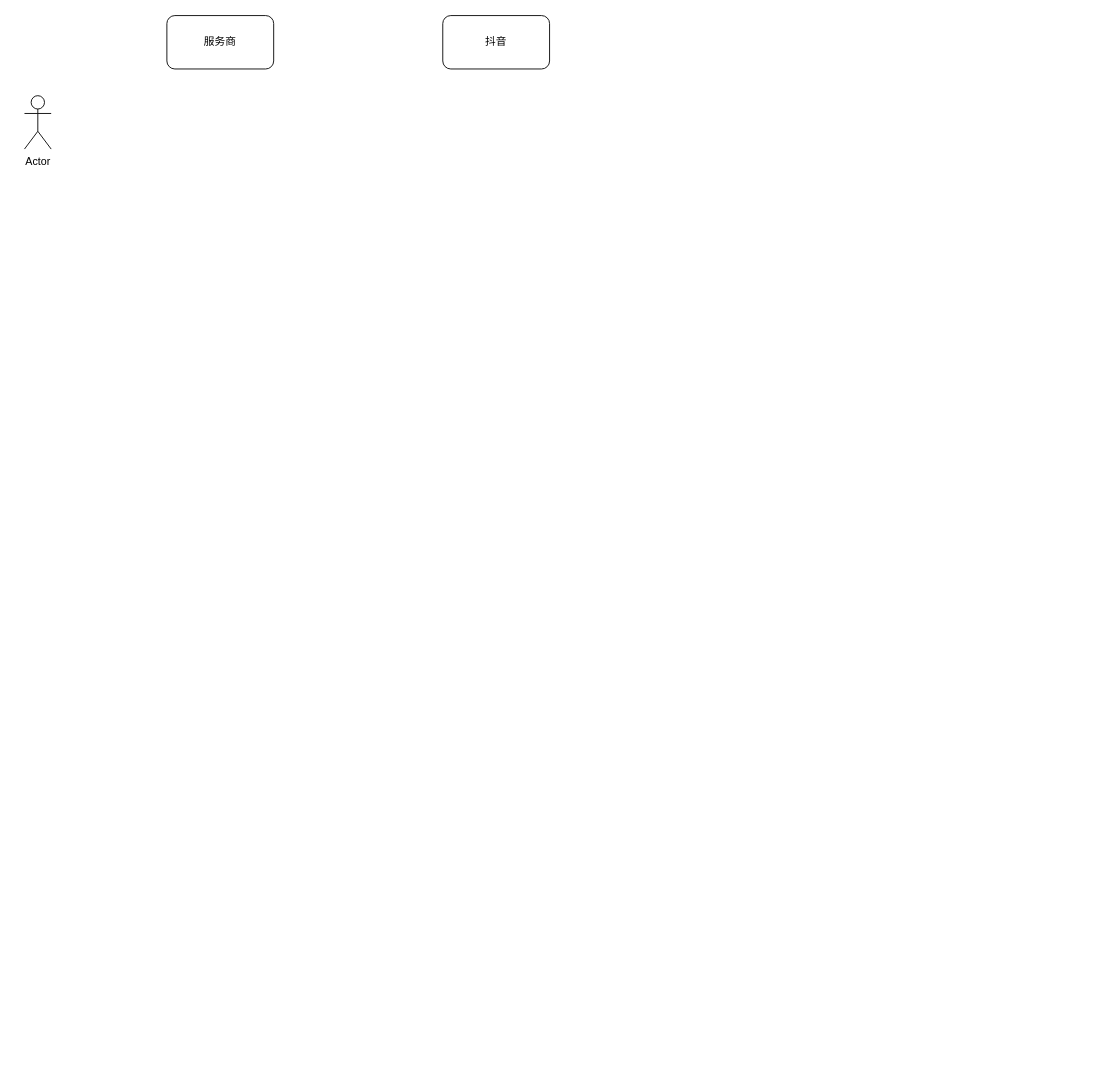
zhanghaiyang1/draw keeps this draw.io diagram as xlh/未命名绘图.drawio. Above is the earlier version. Source tidied: cells renumbered, new cells numbered last; positions are measured from the earlier drawing's top-left corner, leaving out a move shared by most shapes. Both pictures are drawn from the tidied source at 89%, with x=0, y=0 at pixel (24, 15).
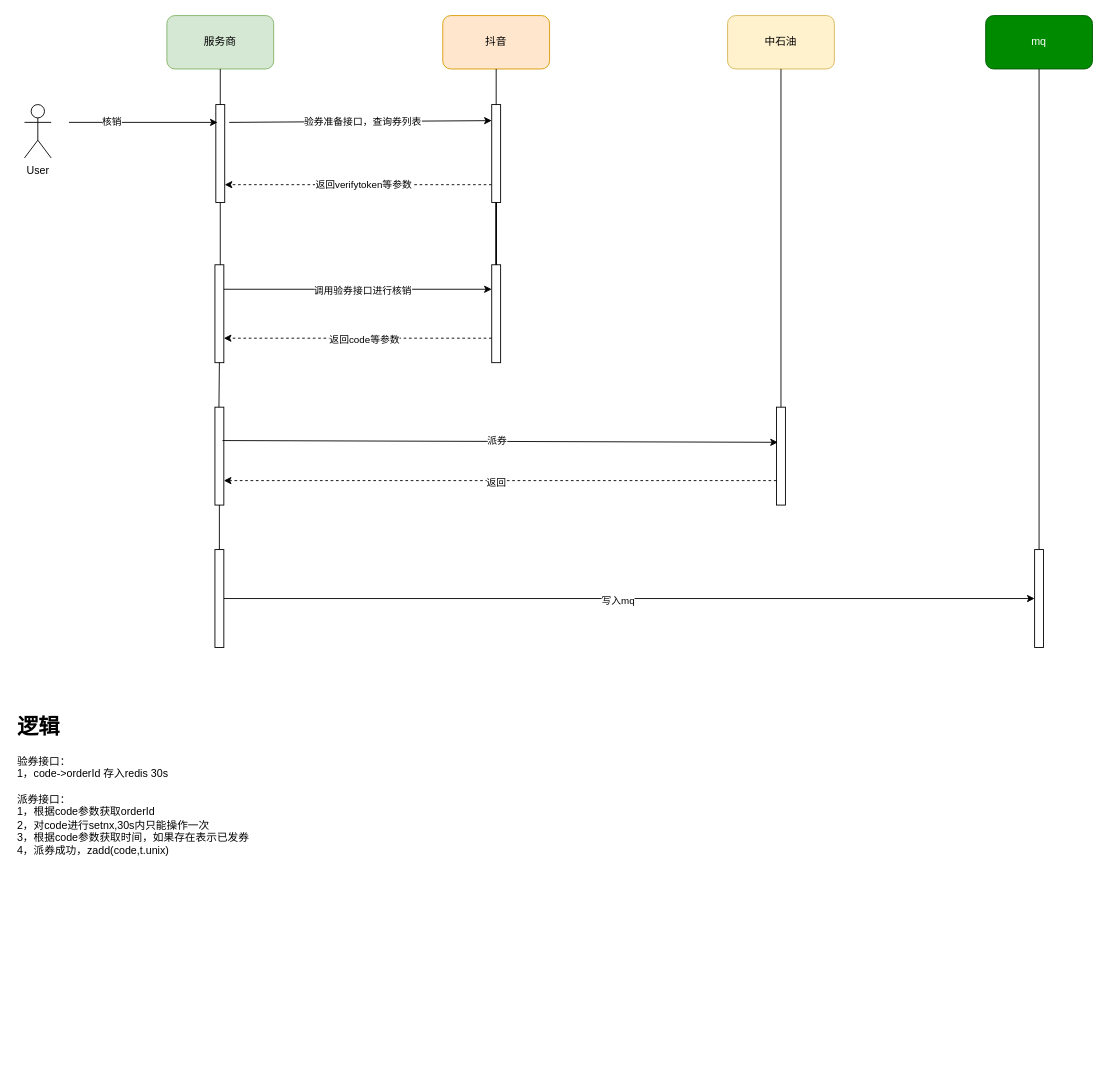
Above is the later version.

Commit message:
更新未命名绘图.drawio

What changed in the source:
```diff
@@
-    <mxCell id="2" value="服务商" style="rounded=1;whiteSpace=wrap;html=1;" parent="1" vertex="1">
+    <mxCell id="2" value="服务商" style="rounded=1;whiteSpace=wrap;html=1;fillColor=#d5e8d4;strokeColor=#82b366;" parent="1" vertex="1">
       <mxGeometry x="160" width="120" height="60" as="geometry" />
     </mxCell>
-    <mxCell id="3" value="Actor" style="shape=umlActor;verticalLabelPosition=bottom;verticalAlign=top;html=1;" parent="1" vertex="1">
-      <mxGeometry y="90" width="30" height="60" as="geometry" />
+    <mxCell id="3" value="User&lt;div&gt;&lt;br&gt;&lt;/div&gt;" style="shape=umlActor;verticalLabelPosition=bottom;verticalAlign=top;html=1;" parent="1" vertex="1">
+      <mxGeometry y="100" width="30" height="60" as="geometry" />
     </mxCell>
-    <mxCell id="4" value="抖音" style="rounded=1;whiteSpace=wrap;html=1;" parent="1" vertex="1">
+    <mxCell id="4" value="抖音" style="rounded=1;whiteSpace=wrap;html=1;fillColor=#ffe6cc;strokeColor=#d79b00;" parent="1" vertex="1">
       <mxGeometry x="470" width="120" height="60" as="geometry" />
     </mxCell>
+    <mxCell id="5" style="rounded=0;whiteSpace=wrap;html=1;direction=south;" parent="1" vertex="1">
+      <mxGeometry x="215" y="100" width="10" height="110" as="geometry" />
+    </mxCell>
+    <mxCell id="6" style="endArrow=none;html=1;rounded=0;entryX=0.5;entryY=1;entryDx=0;entryDy=0;exitX=0;exitY=0.5;exitDx=0;exitDy=0;" parent="1" edge="1" source="5" target="2">
+      <mxGeometry relative="1" as="geometry" />
+    </mxCell>
+    <mxCell id="7" style="endArrow=classic;html=1;rounded=0;entryX=0.182;entryY=0.8;entryDx=0;entryDy=0;entryPerimeter=0;" parent="1" edge="1" target="5">
+      <mxGeometry relative="1" as="geometry">
+        <mxPoint x="50" y="120" as="sourcePoint" />
+      </mxGeometry>
+    </mxCell>
+    <mxCell id="8" value="核销" style="edgeLabel;html=1;align=center;verticalAlign=middle;" parent="7" vertex="1">
+      <mxGeometry x="-0.44" y="2" relative="1" as="geometry" />
+    </mxCell>
+    <mxCell id="9" style="endArrow=classic;html=1;rounded=0;exitX=0.182;exitY=-0.5;exitDx=0;exitDy=0;exitPerimeter=0;entryX=0.164;entryY=1;entryDx=0;entryDy=0;entryPerimeter=0;" parent="1" edge="1" source="5" target="14">
+      <mxGeometry relative="1" as="geometry" />
+    </mxCell>
+    <mxCell id="10" value="验券准备接口，查询券列表" style="edgeLabel;html=1;align=center;verticalAlign=middle;" parent="9" vertex="1">
+      <mxGeometry x="-0.63" relative="1" as="geometry">
+        <mxPoint x="95" as="offset" />
+      </mxGeometry>
+    </mxCell>
+    <mxCell id="11" style="edgeStyle=orthogonalEdgeStyle;rounded=0;jettySize=auto;html=1;strokeColor=default;strokeWidth=1;endArrow=none;endFill=0;" parent="1" edge="1" source="14" target="16">
+      <mxGeometry relative="1" as="geometry" />
+    </mxCell>
+    <mxCell id="12" style="edgeStyle=orthogonalEdgeStyle;rounded=0;orthogonalLoop=1;jettySize=auto;html=1;entryX=0.5;entryY=0;entryDx=0;entryDy=0;dashed=1;" parent="1" edge="1">
+      <mxGeometry relative="1" as="geometry">
+        <mxPoint x="525" y="190" as="sourcePoint" />
+        <mxPoint x="225" y="190" as="targetPoint" />
+      </mxGeometry>
+    </mxCell>
+    <mxCell id="13" value="返回verifytoken等参数" style="edgeLabel;html=1;align=center;verticalAlign=middle;" parent="12" vertex="1">
+      <mxGeometry x="0.26" y="-1" relative="1" as="geometry">
+        <mxPoint x="44" as="offset" />
+      </mxGeometry>
+    </mxCell>
+    <mxCell id="14" style="rounded=0;whiteSpace=wrap;html=1;direction=south;" parent="1" vertex="1">
+      <mxGeometry x="525" y="100" width="10" height="110" as="geometry" />
+    </mxCell>
+    <mxCell id="15" style="rounded=0;whiteSpace=wrap;html=1;direction=south;" parent="1" vertex="1">
+      <mxGeometry x="214" y="280" width="10" height="110" as="geometry" />
+    </mxCell>
+    <mxCell id="16" style="rounded=0;whiteSpace=wrap;html=1;direction=south;" parent="1" vertex="1">
+      <mxGeometry x="525" y="280" width="10" height="110" as="geometry" />
+    </mxCell>
+    <mxCell id="17" style="endArrow=none;html=1;rounded=0;" parent="1" edge="1">
+      <mxGeometry relative="1" as="geometry">
+        <mxPoint x="220" y="280" as="sourcePoint" />
+        <mxPoint x="220" y="210" as="targetPoint" />
+      </mxGeometry>
+    </mxCell>
+    <mxCell id="18" style="endArrow=classic;html=1;rounded=0;exitX=0.25;exitY=0;exitDx=0;exitDy=0;entryX=0.25;entryY=1;entryDx=0;entryDy=0;" parent="1" edge="1" source="15" target="16">
+      <mxGeometry relative="1" as="geometry" />
+    </mxCell>
+    <mxCell id="19" value="调用验券接口进行核销" style="edgeLabel;html=1;align=center;verticalAlign=middle;" parent="18" vertex="1">
+      <mxGeometry x="0.03" relative="1" as="geometry">
+        <mxPoint y="1" as="offset" />
+      </mxGeometry>
+    </mxCell>
+    <mxCell id="20" style="endArrow=classic;html=1;rounded=0;entryX=0.75;entryY=0;entryDx=0;entryDy=0;exitX=0.75;exitY=1;exitDx=0;exitDy=0;dashed=1;" parent="1" edge="1" source="16" target="15">
+      <mxGeometry relative="1" as="geometry" />
+    </mxCell>
+    <mxCell id="21" value="返回code等参数" style="edgeLabel;html=1;align=center;verticalAlign=middle;" parent="20" vertex="1">
+      <mxGeometry x="0.19" y="1" relative="1" as="geometry">
+        <mxPoint x="35" as="offset" />
+      </mxGeometry>
+    </mxCell>
+    <mxCell id="22" value="中石油" style="rounded=1;whiteSpace=wrap;html=1;fillColor=#fff2cc;strokeColor=#d6b656;" parent="1" vertex="1">
+      <mxGeometry x="790" width="120" height="60" as="geometry" />
+    </mxCell>
+    <mxCell id="23" style="rounded=0;whiteSpace=wrap;html=1;direction=south;" parent="1" vertex="1">
+      <mxGeometry x="214" y="440" width="10" height="110" as="geometry" />
+    </mxCell>
+    <mxCell id="24" style="endArrow=none;html=1;rounded=0;" parent="1" edge="1">
+      <mxGeometry relative="1" as="geometry">
+        <mxPoint x="218.5" y="440" as="sourcePoint" />
+        <mxPoint x="219" y="390" as="targetPoint" />
+      </mxGeometry>
+    </mxCell>
+    <mxCell id="25" style="rounded=0;whiteSpace=wrap;html=1;direction=south;" parent="1" vertex="1">
+      <mxGeometry x="845" y="440" width="10" height="110" as="geometry" />
+    </mxCell>
+    <mxCell id="26" style="edgeStyle=orthogonalEdgeStyle;rounded=0;jettySize=auto;html=1;strokeColor=default;strokeWidth=1;endArrow=none;endFill=0;" parent="1" edge="1" source="14" target="16">
+      <mxGeometry relative="1" as="geometry">
+        <Array as="points">
+          <mxPoint x="530" y="100" />
+          <mxPoint x="530" y="100" />
+        </Array>
+      </mxGeometry>
+    </mxCell>
+    <mxCell id="27" style="edgeStyle=orthogonalEdgeStyle;rounded=0;jettySize=auto;html=1;strokeColor=default;strokeWidth=1;endArrow=none;endFill=0;" parent="1" edge="1" source="14" target="16">
+      <mxGeometry relative="1" as="geometry">
+        <Array as="points">
+          <mxPoint x="530" y="100" />
+          <mxPoint x="530" y="100" />
+        </Array>
+      </mxGeometry>
+    </mxCell>
+    <mxCell id="28" style="edgeStyle=orthogonalEdgeStyle;rounded=0;jettySize=auto;html=1;strokeColor=default;strokeWidth=1;endArrow=none;endFill=0;" parent="1" edge="1" source="14" target="16">
+      <mxGeometry relative="1" as="geometry">
+        <Array as="points">
+          <mxPoint x="530" y="150" />
+        </Array>
+      </mxGeometry>
+    </mxCell>
+    <mxCell id="29" style="endArrow=none;html=1;rounded=0;entryX=0.5;entryY=1;entryDx=0;entryDy=0;exitX=0;exitY=0.5;exitDx=0;exitDy=0;" parent="1" edge="1" source="14" target="4">
+      <mxGeometry relative="1" as="geometry" />
+    </mxCell>
+    <mxCell id="30" style="endArrow=none;html=1;rounded=0;entryX=0.5;entryY=1;entryDx=0;entryDy=0;exitX=0;exitY=0.5;exitDx=0;exitDy=0;" parent="1" edge="1" source="25" target="22">
+      <mxGeometry relative="1" as="geometry" />
+    </mxCell>
+    <mxCell id="31" style="endArrow=classic;html=1;rounded=0;entryX=0.359;entryY=0.85;entryDx=0;entryDy=0;entryPerimeter=0;exitX=0.341;exitY=0.15;exitDx=0;exitDy=0;exitPerimeter=0;" parent="1" edge="1" source="23" target="25">
+      <mxGeometry relative="1" as="geometry" />
+    </mxCell>
+    <mxCell id="32" value="派券" style="edgeLabel;html=1;align=center;verticalAlign=middle;" parent="31" vertex="1">
+      <mxGeometry x="-0.18" y="1" relative="1" as="geometry">
+        <mxPoint x="52" as="offset" />
+      </mxGeometry>
+    </mxCell>
+    <mxCell id="33" value="mq" style="rounded=1;whiteSpace=wrap;html=1;fillColor=#008a00;strokeColor=#005700;fontColor=#ffffff;" parent="1" vertex="1">
+      <mxGeometry x="1080" width="120" height="60" as="geometry" />
+    </mxCell>
+    <mxCell id="34" style="endArrow=classic;html=1;rounded=0;entryX=0.75;entryY=0;entryDx=0;entryDy=0;exitX=0.75;exitY=1;exitDx=0;exitDy=0;dashed=1;" parent="1" edge="1" source="25" target="23">
+      <mxGeometry relative="1" as="geometry" />
+    </mxCell>
+    <mxCell id="35" value="返回" style="edgeLabel;html=1;align=center;verticalAlign=middle;" parent="34" vertex="1">
+      <mxGeometry x="0.16" y="2" relative="1" as="geometry">
+        <mxPoint x="44" as="offset" />
+      </mxGeometry>
+    </mxCell>
+    <mxCell id="36" style="edgeStyle=orthogonalEdgeStyle;rounded=0;jettySize=auto;html=1;entryX=0.5;entryY=1;entryDx=0;entryDy=0;" parent="1" edge="1" source="38" target="39">
+      <mxGeometry relative="1" as="geometry" />
+    </mxCell>
+    <mxCell id="37" value="写入mq" style="edgeLabel;html=1;align=center;verticalAlign=middle;" parent="36" vertex="1">
+      <mxGeometry x="-0.03" y="-2" relative="1" as="geometry" />
+    </mxCell>
+    <mxCell id="38" style="rounded=0;whiteSpace=wrap;html=1;direction=south;" parent="1" vertex="1">
+      <mxGeometry x="214" y="600" width="10" height="110" as="geometry" />
+    </mxCell>
+    <mxCell id="39" style="rounded=0;whiteSpace=wrap;html=1;direction=south;" parent="1" vertex="1">
+      <mxGeometry x="1135" y="600" width="10" height="110" as="geometry" />
+    </mxCell>
+    <mxCell id="40" style="endArrow=none;html=1;rounded=0;entryX=0.5;entryY=1;entryDx=0;entryDy=0;exitX=0;exitY=0.5;exitDx=0;exitDy=0;" parent="1" edge="1" source="39" target="33">
+      <mxGeometry relative="1" as="geometry" />
+    </mxCell>
+    <mxCell id="41" style="endArrow=none;html=1;rounded=0;exitX=1;exitY=0.5;exitDx=0;exitDy=0;entryX=0;entryY=0.5;entryDx=0;entryDy=0;" parent="1" edge="1" source="23" target="38">
+      <mxGeometry relative="1" as="geometry" />
+    </mxCell>
+    <mxCell id="42" value="&lt;h1 style=&quot;margin-top: 0px;&quot;&gt;逻辑&lt;/h1&gt;&lt;div&gt;验券接口：&lt;/div&gt;&lt;div&gt;1，&lt;span style=&quot;background-color: initial;&quot;&gt;code-&amp;gt;orderId 存入redis 30s&lt;/span&gt;&lt;/div&gt;&lt;div&gt;&lt;br&gt;&lt;/div&gt;&lt;div&gt;派券接口：&lt;/div&gt;&lt;div&gt;1，根据code参数获取orderId&lt;/div&gt;&lt;div&gt;2，&lt;span style=&quot;background-color: initial;&quot;&gt;对code进行setnx,30s内只能操作一次&lt;/span&gt;&lt;/div&gt;&lt;div&gt;3，根据code参数获取时间，如果存在表示已发券&lt;/div&gt;&lt;div&gt;4，派券成功，zadd(code,t.unix)&lt;/div&gt;" style="text;html=1;whiteSpace=wrap;overflow=hidden;rounded=0;" parent="1" vertex="1">
+      <mxGeometry x="-10" y="779" width="580" height="390" as="geometry" />
+    </mxCell>
```
